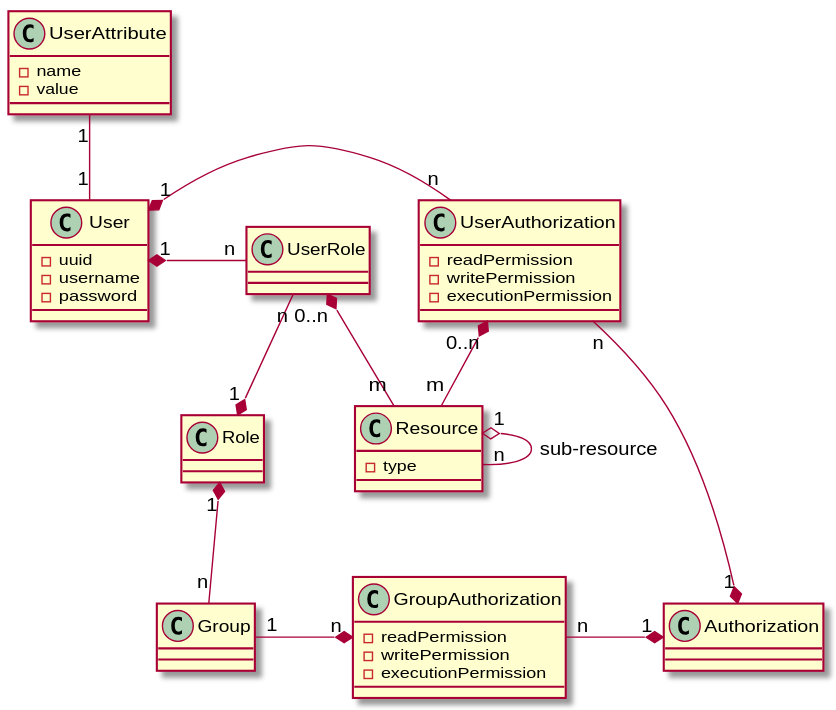
The PlantUML diagram caratarse-auth-model/src/main/docs/ModelDiagram.svg in caratarse/caratarse-auth, before a commit. Its source is kept beside it as caratarse-auth-model/src/main/docs/ModelDiagram.puml.
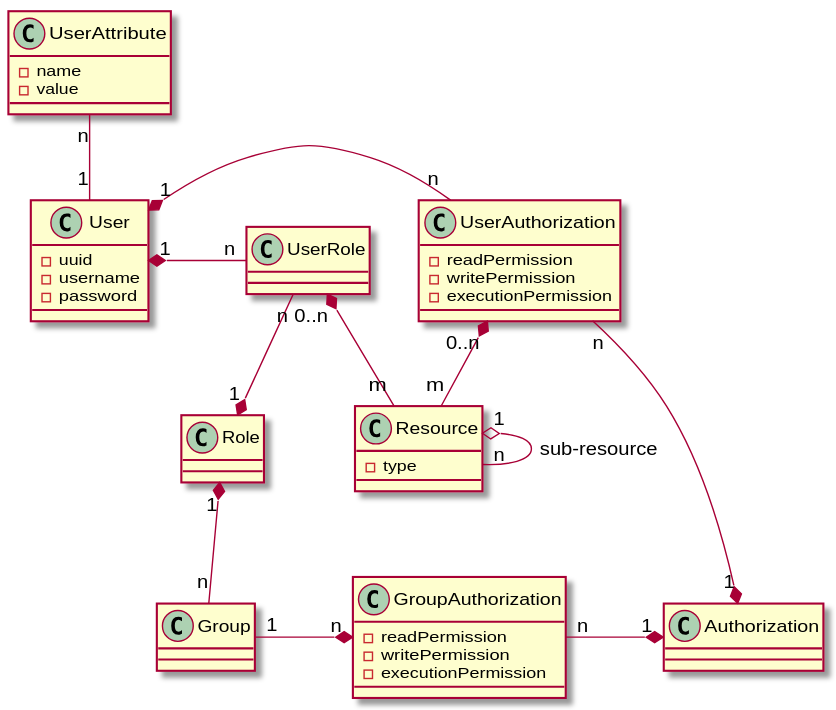
Above is the later version.

Commit message:
Fixed cardinality of User - UserAttribute relationship.

What changed in the source:
```diff
@@ -44,7 +44,7 @@
 Group "1" -* "n" GroupAuthorization
 GroupAuthorization "n" -* "1" Authorization
 Role "1" *-- "n" Group
-UserAttribute "1" -- "1" User
+UserAttribute "n" -- "1" User
 Resource "1" o-- "n" Resource : sub-resource
 
 @enduml
```
